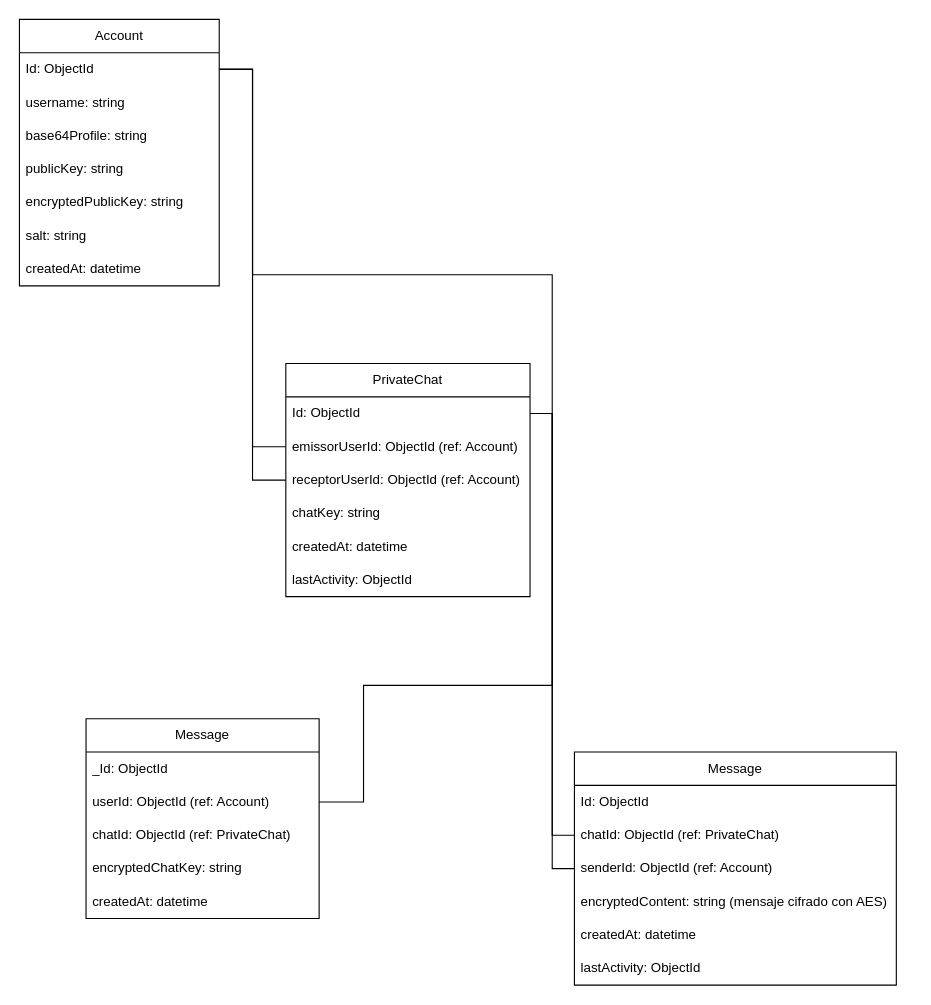
The draw.io diagram Database model.drawio in JorgeMartinezSanchez/Progra_II_2-2025, before the edit. Source tidied: cells renumbered, new cells numbered last; positions are measured from the earlier drawing's top-left corner, leaving out a move shared by most shapes. Both pictures are drawn from the tidied source at 111%, with x=0, y=0 at pixel (19, 19).
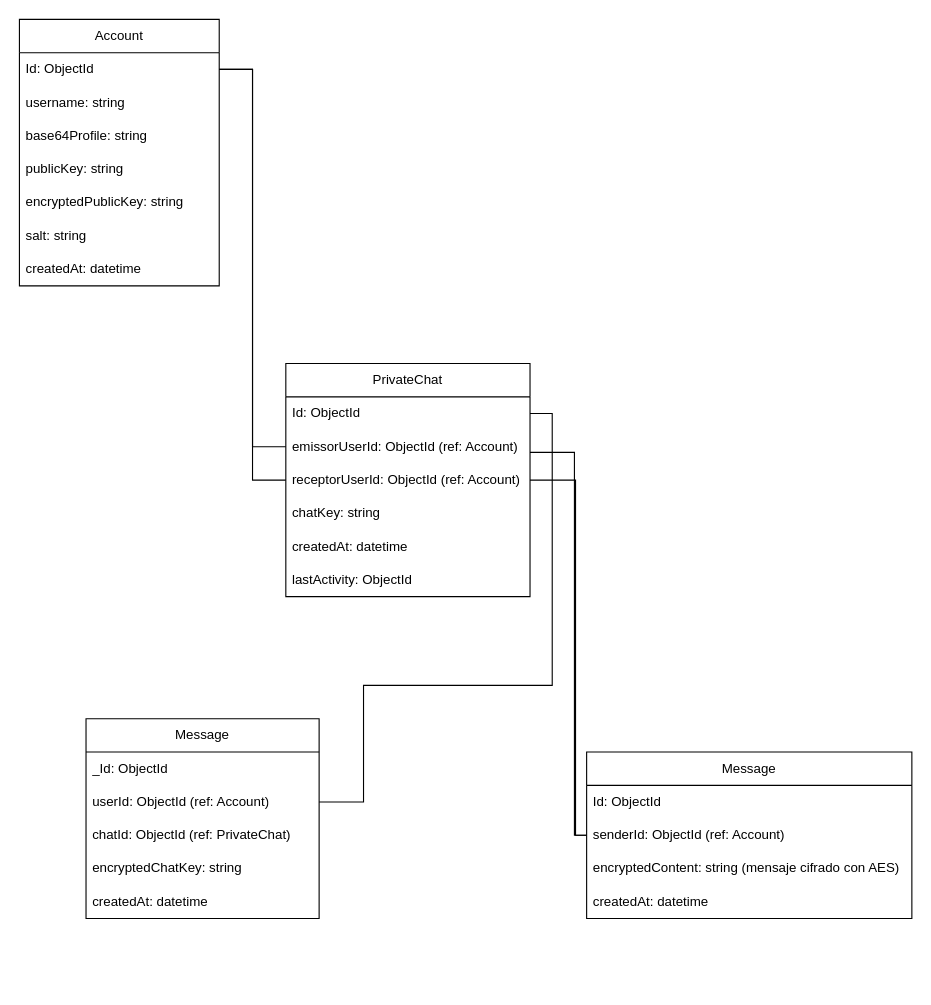
After the change.

Unchanged cells that the change refers to:
```xml
<mxCell id="3" value="Id: ObjectId" style="text;strokeColor=none;fillColor=none;align=left;verticalAlign=middle;spacingLeft=4;spacingRight=4;overflow=hidden;points=[[0,0.5],[1,0.5]];portConstraint=eastwest;whiteSpace=wrap;html=1;" parent="2" vertex="1">
  <mxGeometry y="30" width="180" height="30" as="geometry" />
</mxCell>
<mxCell id="11" value="Id: ObjectId" style="text;strokeColor=none;fillColor=none;align=left;verticalAlign=middle;spacingLeft=4;spacingRight=4;overflow=hidden;points=[[0,0.5],[1,0.5]];portConstraint=eastwest;whiteSpace=wrap;html=1;" parent="10" vertex="1">
  <mxGeometry y="30" width="220" height="30" as="geometry" />
</mxCell>
<mxCell id="12" value="emissorUserId: ObjectId (ref: Account)" style="text;strokeColor=none;fillColor=none;align=left;verticalAlign=middle;spacingLeft=4;spacingRight=4;overflow=hidden;points=[[0,0.5],[1,0.5]];portConstraint=eastwest;whiteSpace=wrap;html=1;" parent="10" vertex="1">
  <mxGeometry y="60" width="220" height="30" as="geometry" />
</mxCell>
<mxCell id="13" value="receptorUserId: ObjectId (ref: Account)" style="text;strokeColor=none;fillColor=none;align=left;verticalAlign=middle;spacingLeft=4;spacingRight=4;overflow=hidden;points=[[0,0.5],[1,0.5]];portConstraint=eastwest;whiteSpace=wrap;html=1;" parent="10" vertex="1">
  <mxGeometry y="90" width="220" height="30" as="geometry" />
</mxCell>
```

What changed in the source:
```diff
@@
     <mxCell id="17" value="Message" style="swimlane;fontStyle=0;horizontal=1;startSize=30;whiteSpace=wrap;html=1;" parent="1" vertex="1">
-      <mxGeometry x="500" y="660" width="290" height="210" as="geometry" />
+      <mxGeometry x="511" y="660" width="293" height="150" as="geometry" />
     </mxCell>
     <mxCell id="18" value="Id: ObjectId" style="text;strokeColor=none;fillColor=none;align=left;verticalAlign=middle;spacingLeft=4;spacingRight=4;overflow=hidden;whiteSpace=wrap;html=1;" parent="17" vertex="1">
-      <mxGeometry y="30" width="290" height="30" as="geometry" />
+      <mxGeometry y="30" width="293" height="30" as="geometry" />
     </mxCell>
-    <mxCell id="19" value="chatId: ObjectId (ref: PrivateChat)" style="text;strokeColor=none;fillColor=none;align=left;verticalAlign=middle;spacingLeft=4;spacingRight=4;overflow=hidden;points=[[0,0.5],[1,0.5]];portConstraint=eastwest;whiteSpace=wrap;html=1;" parent="17" vertex="1">
-      <mxGeometry y="60" width="290" height="30" as="geometry" />
-    </mxCell>
     <mxCell id="20" value="senderId: ObjectId (ref: Account)" style="text;strokeColor=none;fillColor=none;align=left;verticalAlign=middle;spacingLeft=4;spacingRight=4;overflow=hidden;points=[[0,0.5],[1,0.5]];portConstraint=eastwest;whiteSpace=wrap;html=1;" parent="17" vertex="1">
-      <mxGeometry y="90" width="290" height="30" as="geometry" />
+      <mxGeometry y="60" width="293" height="30" as="geometry" />
     </mxCell>
     <mxCell id="21" value="encryptedContent: string (mensaje cifrado con AES)" style="text;strokeColor=none;fillColor=none;align=left;verticalAlign=middle;spacingLeft=4;spacingRight=4;overflow=hidden;whiteSpace=wrap;html=1;" parent="17" vertex="1">
-      <mxGeometry y="120" width="290" height="30" as="geometry" />
+      <mxGeometry y="90" width="293" height="30" as="geometry" />
     </mxCell>
     <mxCell id="22" value="createdAt: datetime" style="text;strokeColor=none;fillColor=none;align=left;verticalAlign=middle;spacingLeft=4;spacingRight=4;overflow=hidden;whiteSpace=wrap;html=1;" parent="17" vertex="1">
-      <mxGeometry y="150" width="290" height="30" as="geometry" />
+      <mxGeometry y="120" width="293" height="30" as="geometry" />
     </mxCell>
-    <mxCell id="23" value="lastActivity: ObjectId" style="text;strokeColor=none;fillColor=none;align=left;verticalAlign=middle;spacingLeft=4;spacingRight=4;overflow=hidden;whiteSpace=wrap;html=1;" parent="17" vertex="1">
-      <mxGeometry y="180" width="290" height="30" as="geometry" />
-    </mxCell>
@@
-    <mxCell id="26" style="edgeStyle=orthogonalEdgeStyle;rounded=0;jettySize=auto;html=1;endArrow=none;endFill=0;" parent="1" edge="1" source="11" target="19">
-      <mxGeometry relative="1" as="geometry" />
+    <mxCell id="26" style="edgeStyle=orthogonalEdgeStyle;rounded=0;jettySize=auto;html=1;endArrow=none;endFill=0;" parent="1" edge="1" source="12" target="20">
+      <mxGeometry relative="1" as="geometry">
+        <Array as="points">
+          <mxPoint x="500" y="390" />
+          <mxPoint x="500" y="735" />
+        </Array>
+      </mxGeometry>
     </mxCell>
@@
-    <mxCell id="34" style="edgeStyle=orthogonalEdgeStyle;rounded=0;jettySize=auto;html=1;endArrow=none;endFill=0;" parent="1" edge="1" source="3" target="20">
-      <mxGeometry relative="1" as="geometry">
-        <Array as="points">
-          <mxPoint x="210" y="45" />
-          <mxPoint x="210" y="230" />
-          <mxPoint x="480" y="230" />
-          <mxPoint x="480" y="765" />
-        </Array>
-      </mxGeometry>
-    </mxCell>
+    <mxCell id="35" style="edgeStyle=orthogonalEdgeStyle;rounded=0;jettySize=auto;html=1;endArrow=none;endFill=0;" parent="1" edge="1" source="13" target="20">
+      <mxGeometry relative="1" as="geometry">
+        <Array as="points">
+          <mxPoint x="501" y="415" />
+          <mxPoint x="501" y="735" />
+        </Array>
+      </mxGeometry>
+    </mxCell>
```
